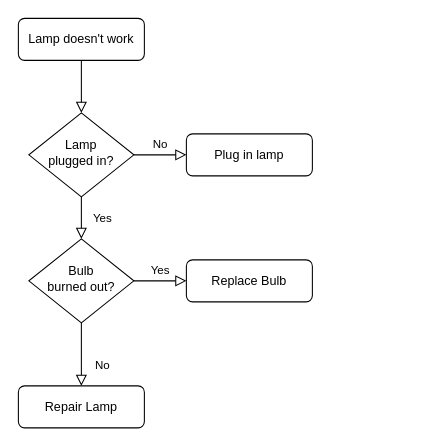
Earlier version of the draw.io diagram src/Account-flow.drawio (zhengjiaqi/draw). Source tidied: cells renumbered, new cells numbered last; positions are measured from the earlier drawing's top-left corner, leaving out a move shared by most shapes. Both pictures are drawn from the tidied source at 105%, with x=0, y=0 at pixel (18, 18).
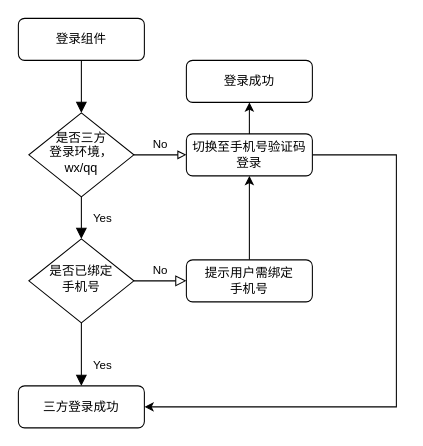
Above is the later version.

What changed in the source:
```diff
@@
 <mxGraphModel>
   <root>
     <mxCell id="0" />
     <mxCell id="1" parent="0" />
-    <mxCell id="2" style="rounded=0;html=1;jettySize=auto;fontSize=11;endArrow=block;endFill=0;endSize=8;strokeWidth=1;shadow=0;labelBackgroundColor=none;edgeStyle=orthogonalEdgeStyle;" parent="1" edge="1" source="3" target="6">
+    <mxCell id="2" style="rounded=0;html=1;jettySize=auto;fontSize=11;endArrow=block;endFill=1;endSize=8;strokeWidth=1;shadow=0;labelBackgroundColor=none;edgeStyle=orthogonalEdgeStyle;" parent="1" edge="1" source="3" target="6">
       <mxGeometry relative="1" as="geometry" />
     </mxCell>
-    <mxCell id="3" value="Lamp doesn't work" style="rounded=1;whiteSpace=wrap;html=1;fontSize=12;glass=0;strokeWidth=1;shadow=0;" parent="1" vertex="1">
+    <mxCell id="3" value="登录组件" style="rounded=1;whiteSpace=wrap;html=1;fontSize=12;glass=0;strokeWidth=1;shadow=0;" parent="1" vertex="1">
       <mxGeometry width="120" height="40" as="geometry" />
     </mxCell>
-    <mxCell id="4" value="Yes" style="rounded=0;html=1;jettySize=auto;fontSize=11;endArrow=block;endFill=0;endSize=8;strokeWidth=1;shadow=0;labelBackgroundColor=none;edgeStyle=orthogonalEdgeStyle;" parent="1" edge="1" source="6" target="10">
+    <mxCell id="4" value="Yes" style="rounded=0;html=1;jettySize=auto;fontSize=11;endArrow=block;endFill=1;endSize=8;strokeWidth=1;shadow=0;labelBackgroundColor=none;edgeStyle=orthogonalEdgeStyle;" parent="1" edge="1" source="6" target="10">
       <mxGeometry y="20" relative="1" as="geometry" />
     </mxCell>
-    <mxCell id="5" value="No" style="edgeStyle=orthogonalEdgeStyle;rounded=0;html=1;jettySize=auto;fontSize=11;endArrow=block;endFill=0;endSize=8;strokeWidth=1;shadow=0;labelBackgroundColor=none;" parent="1" edge="1" source="6" target="7">
+    <mxCell id="5" value="No" style="edgeStyle=orthogonalEdgeStyle;rounded=0;html=1;jettySize=auto;fontSize=11;endArrow=block;endFill=0;strokeWidth=1;shadow=0;labelBackgroundColor=none;" parent="1" edge="1" source="6" target="7">
       <mxGeometry y="10" relative="1" as="geometry" />
     </mxCell>
-    <mxCell id="6" value="Lamp&lt;br&gt;plugged in?" style="rhombus;whiteSpace=wrap;html=1;shadow=0;fontFamily=Helvetica;fontSize=12;align=center;strokeWidth=1;spacing=6;spacingTop=-4;" parent="1" vertex="1">
+    <mxCell id="6" value="是否三方&lt;br&gt;登录环境，wx/qq" style="rhombus;whiteSpace=wrap;html=1;shadow=0;fontFamily=Helvetica;fontSize=12;align=center;strokeWidth=1;spacing=6;spacingTop=-4;" parent="1" vertex="1">
       <mxGeometry x="10" y="90" width="100" height="80" as="geometry" />
     </mxCell>
+    <mxCell id="13" style="edgeStyle=orthogonalEdgeStyle;rounded=0;jettySize=auto;html=1;entryX=1;entryY=0.5;entryDx=0;entryDy=0;" parent="1" edge="1" source="7" target="11">
+      <mxGeometry relative="1" as="geometry">
+        <Array as="points">
+          <mxPoint x="360" y="130" />
+          <mxPoint x="360" y="370" />
+        </Array>
+      </mxGeometry>
+    </mxCell>
+    <mxCell id="14" style="edgeStyle=orthogonalEdgeStyle;rounded=0;jettySize=auto;html=1;" parent="1" edge="1" source="7" target="16">
+      <mxGeometry relative="1" as="geometry" />
+    </mxCell>
-    <mxCell id="7" value="Plug in lamp" style="rounded=1;whiteSpace=wrap;html=1;fontSize=12;glass=0;strokeWidth=1;shadow=0;" parent="1" vertex="1">
+    <mxCell id="7" value="切换至手机号验证码登录" style="rounded=1;whiteSpace=wrap;html=1;fontSize=12;glass=0;strokeWidth=1;shadow=0;" parent="1" vertex="1">
       <mxGeometry x="160" y="110" width="120" height="40" as="geometry" />
     </mxCell>
-    <mxCell id="8" value="No" style="rounded=0;html=1;jettySize=auto;fontSize=11;endArrow=block;endFill=0;endSize=8;strokeWidth=1;shadow=0;labelBackgroundColor=none;edgeStyle=orthogonalEdgeStyle;" parent="1" edge="1" source="10" target="11">
+    <mxCell id="8" value="Yes" style="rounded=0;html=1;jettySize=auto;fontSize=11;endArrow=block;endFill=1;endSize=8;strokeWidth=1;shadow=0;labelBackgroundColor=none;edgeStyle=orthogonalEdgeStyle;" parent="1" edge="1" source="10" target="11">
       <mxGeometry x="0.33" y="20" relative="1" as="geometry" />
     </mxCell>
-    <mxCell id="9" value="Yes" style="edgeStyle=orthogonalEdgeStyle;rounded=0;html=1;jettySize=auto;fontSize=11;endArrow=block;endFill=0;endSize=8;strokeWidth=1;shadow=0;labelBackgroundColor=none;" parent="1" edge="1" source="10" target="12">
+    <mxCell id="9" value="No" style="edgeStyle=orthogonalEdgeStyle;rounded=0;html=1;jettySize=auto;fontSize=11;endArrow=block;endFill=0;endSize=8;strokeWidth=1;shadow=0;labelBackgroundColor=none;" parent="1" edge="1" source="10" target="12">
       <mxGeometry y="10" relative="1" as="geometry" />
     </mxCell>
-    <mxCell id="10" value="Bulb&lt;br&gt;burned out?" style="rhombus;whiteSpace=wrap;html=1;shadow=0;fontFamily=Helvetica;fontSize=12;align=center;strokeWidth=1;spacing=6;spacingTop=-4;" parent="1" vertex="1">
+    <mxCell id="10" value="是否已绑定&lt;br&gt;手机号" style="rhombus;whiteSpace=wrap;html=1;shadow=0;fontFamily=Helvetica;fontSize=12;align=center;strokeWidth=1;spacing=6;spacingTop=-4;" parent="1" vertex="1">
       <mxGeometry x="10" y="210" width="100" height="80" as="geometry" />
     </mxCell>
-    <mxCell id="11" value="Repair Lamp" style="rounded=1;whiteSpace=wrap;html=1;fontSize=12;glass=0;strokeWidth=1;shadow=0;" parent="1" vertex="1">
+    <mxCell id="11" value="三方登录成功" style="rounded=1;whiteSpace=wrap;html=1;fontSize=12;glass=0;strokeWidth=1;shadow=0;" parent="1" vertex="1">
       <mxGeometry y="350" width="120" height="40" as="geometry" />
     </mxCell>
+    <mxCell id="15" style="edgeStyle=orthogonalEdgeStyle;rounded=0;jettySize=auto;html=1;" parent="1" edge="1" source="12" target="7">
+      <mxGeometry relative="1" as="geometry" />
+    </mxCell>
-    <mxCell id="12" value="Replace Bulb" style="rounded=1;whiteSpace=wrap;html=1;fontSize=12;glass=0;strokeWidth=1;shadow=0;" parent="1" vertex="1">
+    <mxCell id="12" value="提示用户需绑定&lt;br&gt;手机号" style="rounded=1;whiteSpace=wrap;html=1;fontSize=12;glass=0;strokeWidth=1;shadow=0;" parent="1" vertex="1">
       <mxGeometry x="160" y="230" width="120" height="40" as="geometry" />
     </mxCell>
+    <mxCell id="16" value="登录成功" style="rounded=1;whiteSpace=wrap;html=1;fontSize=12;glass=0;strokeWidth=1;shadow=0;" parent="1" vertex="1">
+      <mxGeometry x="160" y="40" width="120" height="40" as="geometry" />
+    </mxCell>
   </root>
 </mxGraphModel>
```
